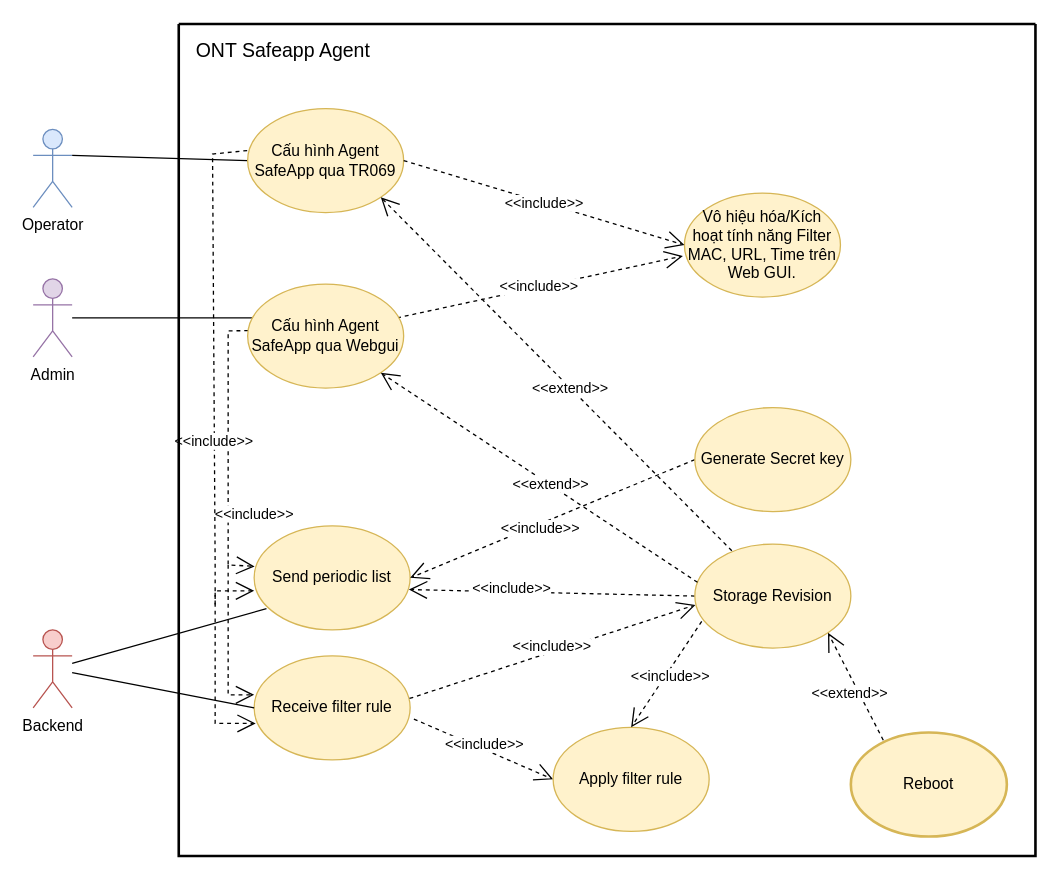
The draw.io diagram final.drawio in nhatdevemb/Image_galerry, before the edit. Source tidied: cells renumbered, new cells numbered last; positions are measured from the earlier drawing's top-left corner, leaving out a move shared by most shapes. Both pictures are drawn from the tidied source at 130%, with x=0, y=0 at pixel (32, 23).
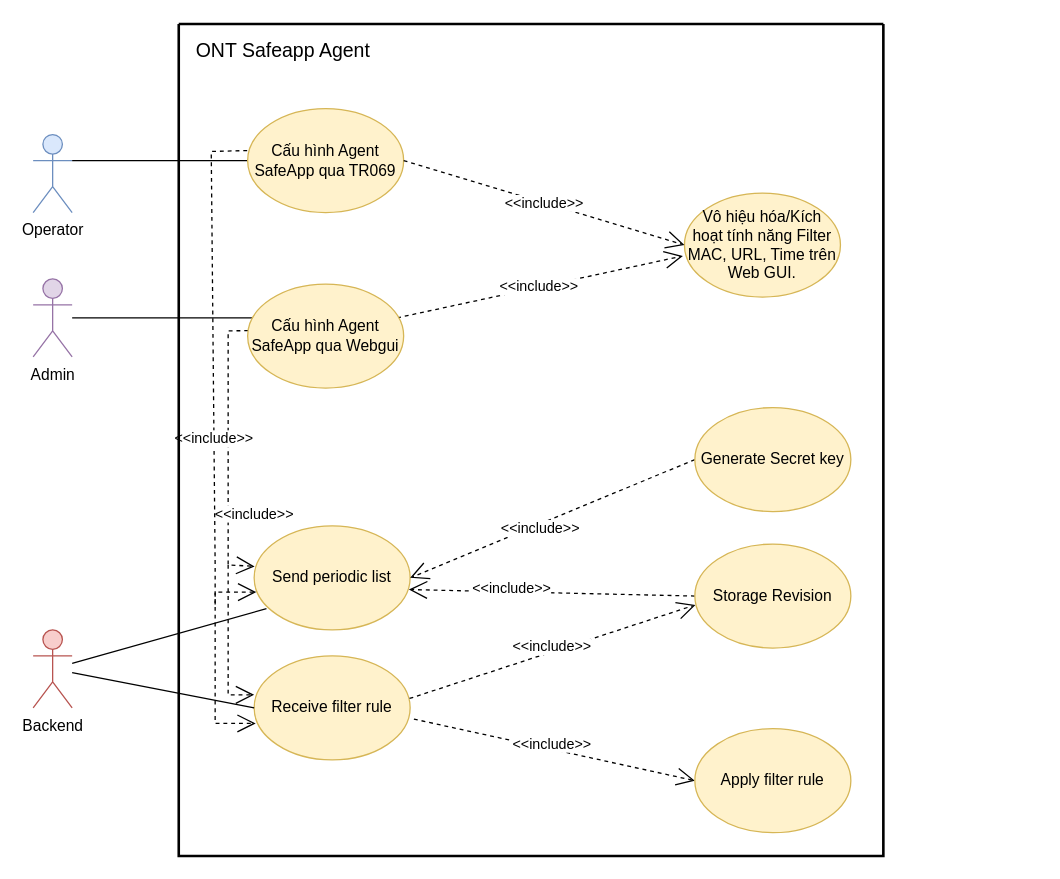
The same page after the edit.

Unchanged cells that the change refers to:
```xml
<mxCell id="2" value="Send periodic list" style="ellipse;whiteSpace=wrap;html=1;fillColor=#fff2cc;strokeColor=#d6b656;" parent="1" vertex="1">
  <mxGeometry x="170" y="386" width="120" height="80" as="geometry" />
</mxCell>
<mxCell id="8" value="Receive filter rule" style="ellipse;whiteSpace=wrap;html=1;fillColor=#fff2cc;strokeColor=#d6b656;" parent="1" vertex="1">
  <mxGeometry x="170" y="486" width="120" height="80" as="geometry" />
</mxCell>
<mxCell id="23" value="Storage Revision" style="ellipse;whiteSpace=wrap;html=1;fillColor=#fff2cc;strokeColor=#d6b656;" parent="20" vertex="1">
  <mxGeometry x="397" y="400" width="120" height="80" as="geometry" />
</mxCell>
<mxCell id="25" value="Cấu hình Agent SafeApp qua TR069" style="ellipse;whiteSpace=wrap;html=1;fillColor=#fff2cc;strokeColor=#d6b656;" parent="20" vertex="1">
  <mxGeometry x="53" y="65" width="120" height="80" as="geometry" />
</mxCell>
<mxCell id="26" value="Cấu hình Agent SafeApp qua Webgui" style="ellipse;whiteSpace=wrap;html=1;fillColor=#fff2cc;strokeColor=#d6b656;" parent="20" vertex="1">
  <mxGeometry x="53" y="200" width="120" height="80" as="geometry" />
</mxCell>
```

What changed in the source:
```diff
@@
     <mxCell id="4" value="Operator" style="shape=umlActor;verticalLabelPosition=bottom;verticalAlign=top;html=1;fillColor=#dae8fc;strokeColor=#6c8ebf;" parent="1" vertex="1">
-      <mxGeometry y="81" width="30" height="60" as="geometry" />
+      <mxGeometry y="85" width="30" height="60" as="geometry" />
     </mxCell>
@@
     <mxCell id="7" value="&amp;lt;&amp;lt;include&amp;gt;&amp;gt;" style="endArrow=open;endSize=12;dashed=1;html=1;rounded=0;exitX=-0.003;exitY=0.404;exitDx=0;exitDy=0;entryX=0.01;entryY=0.65;entryDx=0;entryDy=0;entryPerimeter=0;exitPerimeter=0;" parent="1" edge="1" source="25" target="8">
       <mxGeometry relative="1" as="geometry">
         <Array as="points">
-          <mxPoint x="138" y="100" />
+          <mxPoint x="137" y="98" />
           <mxPoint x="140" y="416.2" />
           <mxPoint x="140" y="538" />
         </Array>
       </mxGeometry>
     </mxCell>
@@
-    <mxCell id="10" style="endArrow=open;endSize=12;dashed=1;html=1;rounded=0;" parent="1" edge="1">
+    <mxCell id="10" style="endArrow=open;endSize=12;dashed=1;html=1;rounded=0;entryX=0.014;entryY=0.637;entryDx=0;entryDy=0;entryPerimeter=0;" parent="1" edge="1" target="2">
       <mxGeometry relative="1" as="geometry">
         <mxPoint x="140" y="446.5" as="sourcePoint" />
-        <mxPoint x="170" y="436" as="targetPoint" />
         <Array as="points">
           <mxPoint x="140" y="446.5" />
-          <mxPoint x="140" y="436" />
+          <mxPoint x="140" y="437" />
         </Array>
       </mxGeometry>
     </mxCell>
@@
     <mxCell id="20" style="swimlane;startSize=0;strokeWidth=2;" parent="1" vertex="1">
-      <mxGeometry x="112" width="659" height="640" as="geometry" />
+      <mxGeometry x="112" width="542" height="640" as="geometry" />
     </mxCell>
@@
     <mxCell id="24" value="Apply filter rule" style="ellipse;whiteSpace=wrap;html=1;fillColor=#fff2cc;strokeColor=#d6b656;" parent="20" vertex="1">
-      <mxGeometry x="288" y="541" width="120" height="80" as="geometry" />
+      <mxGeometry x="397" y="542" width="120" height="80" as="geometry" />
     </mxCell>
@@
-    <mxCell id="29" value="&amp;lt;&amp;lt;extend&amp;gt;&amp;gt;" style="endArrow=open;endSize=12;dashed=1;html=1;rounded=0;exitX=0.017;exitY=0.368;exitDx=0;exitDy=0;entryX=1;entryY=1;entryDx=0;entryDy=0;exitPerimeter=0;" parent="20" edge="1" source="23" target="26">
-      <mxGeometry x="-0.07" y="-1" relative="1" as="geometry" />
-    </mxCell>
-    <mxCell id="30" value="&amp;lt;&amp;lt;include&amp;gt;&amp;gt;" style="endArrow=open;endSize=12;dashed=1;html=1;rounded=0;exitX=0.044;exitY=0.743;exitDx=0;exitDy=0;entryX=0.5;entryY=0;entryDx=0;entryDy=0;exitPerimeter=0;" parent="20" edge="1" source="23" target="24">
-      <mxGeometry y="4" relative="1" as="geometry" />
-    </mxCell>
-    <mxCell id="31" value="Reboot" style="ellipse;whiteSpace=wrap;html=1;fontFamily=Helvetica;fontSize=12;startSize=0;strokeColor=#d6b656;strokeWidth=2;fillColor=#fff2cc;" parent="20" vertex="1">
-      <mxGeometry x="517" y="545" width="120" height="80" as="geometry" />
-    </mxCell>
-    <mxCell id="32" value="&amp;lt;&amp;lt;extend&amp;gt;&amp;gt;" style="endArrow=open;endSize=12;dashed=1;html=1;rounded=0;exitX=0.208;exitY=0.074;exitDx=0;exitDy=0;entryX=1;entryY=1;entryDx=0;entryDy=0;exitPerimeter=0;" parent="20" edge="1" source="31" target="23">
-      <mxGeometry x="-0.05" y="7" relative="1" as="geometry" />
-    </mxCell>
-    <mxCell id="33" value="&amp;lt;&amp;lt;extend&amp;gt;&amp;gt;" style="endArrow=open;endSize=12;dashed=1;html=1;rounded=0;exitX=0.237;exitY=0.064;exitDx=0;exitDy=0;entryX=1;entryY=1;entryDx=0;entryDy=0;exitPerimeter=0;" parent="20" edge="1" source="23" target="25">
-      <mxGeometry x="-0.08" relative="1" as="geometry" />
-    </mxCell>
```
